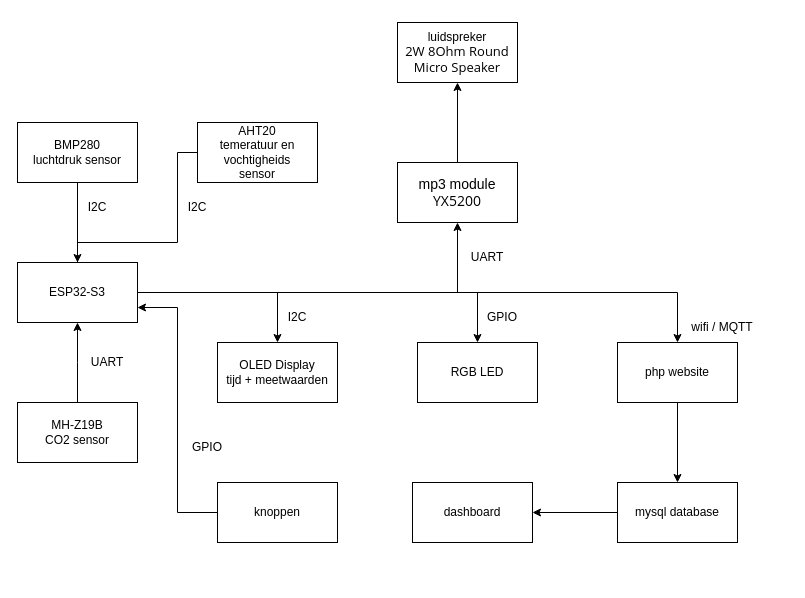
TiesBerghs447/IoT-smart-air-clock keeps this draw.io diagram as docs/blokdiagramIoT.drawio. Above is the earlier version. Source tidied: cells renumbered, new cells numbered last; positions are measured from the earlier drawing's top-left corner, leaving out a move shared by most shapes. Both pictures are drawn from the tidied source at 100%, with x=0, y=0 at pixel (17, 22).
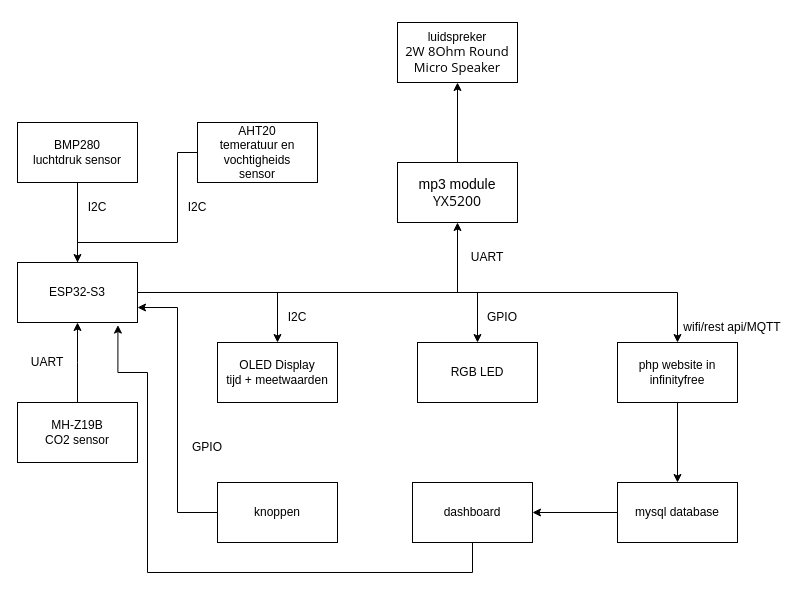
The same page after the edit.

The change refers to these unchanged cells:
```xml
<mxCell id="10" value="ESP32-S3" style="whiteSpace=wrap;html=1;" parent="1" vertex="1">
  <mxGeometry y="240" width="120" height="60" as="geometry" />
</mxCell>
<mxCell id="32" value="dashboard" style="whiteSpace=wrap;html=1;" parent="1" vertex="1">
  <mxGeometry x="395" y="460" width="120" height="60" as="geometry" />
</mxCell>
```

The edit, as a diff of the source:
```diff
@@
-    <mxCell id="12" value="wifi / MQTT" style="text;html=1;whiteSpace=wrap;strokeColor=none;fillColor=none;align=center;verticalAlign=middle;rounded=0;" parent="1" vertex="1">
-      <mxGeometry x="660" y="290" width="90" height="30" as="geometry" />
+    <mxCell id="12" value="wifi/rest api/MQTT" style="text;html=1;whiteSpace=wrap;strokeColor=none;fillColor=none;align=center;verticalAlign=middle;rounded=0;" parent="1" vertex="1">
+      <mxGeometry x="660" y="290" width="110" height="30" as="geometry" />
     </mxCell>
@@
-    <mxCell id="15" value="&lt;div&gt;php website&lt;/div&gt;" style="whiteSpace=wrap;html=1;" parent="1" vertex="1">
+    <mxCell id="15" value="&lt;div&gt;php website in infinityfree&lt;/div&gt;" style="whiteSpace=wrap;html=1;" parent="1" vertex="1">
       <mxGeometry x="600" y="320" width="120" height="60" as="geometry" />
     </mxCell>
@@
     <mxCell id="21" value="UART" style="text;html=1;whiteSpace=wrap;strokeColor=none;fillColor=none;align=center;verticalAlign=middle;rounded=0;" parent="1" vertex="1">
-      <mxGeometry x="60" y="325" width="60" height="30" as="geometry" />
+      <mxGeometry y="325" width="60" height="30" as="geometry" />
     </mxCell>
@@
+    <mxCell id="33" style="edgeStyle=orthogonalEdgeStyle;rounded=0;jettySize=auto;html=1;entryX=0.837;entryY=1.043;entryDx=0;entryDy=0;entryPerimeter=0;" parent="1" edge="1" source="32" target="10">
+      <mxGeometry relative="1" as="geometry">
+        <Array as="points">
+          <mxPoint x="455" y="550" />
+          <mxPoint x="130" y="550" />
+          <mxPoint x="130" y="350" />
+          <mxPoint x="100.4" y="350" />
+        </Array>
+      </mxGeometry>
+    </mxCell>
```
